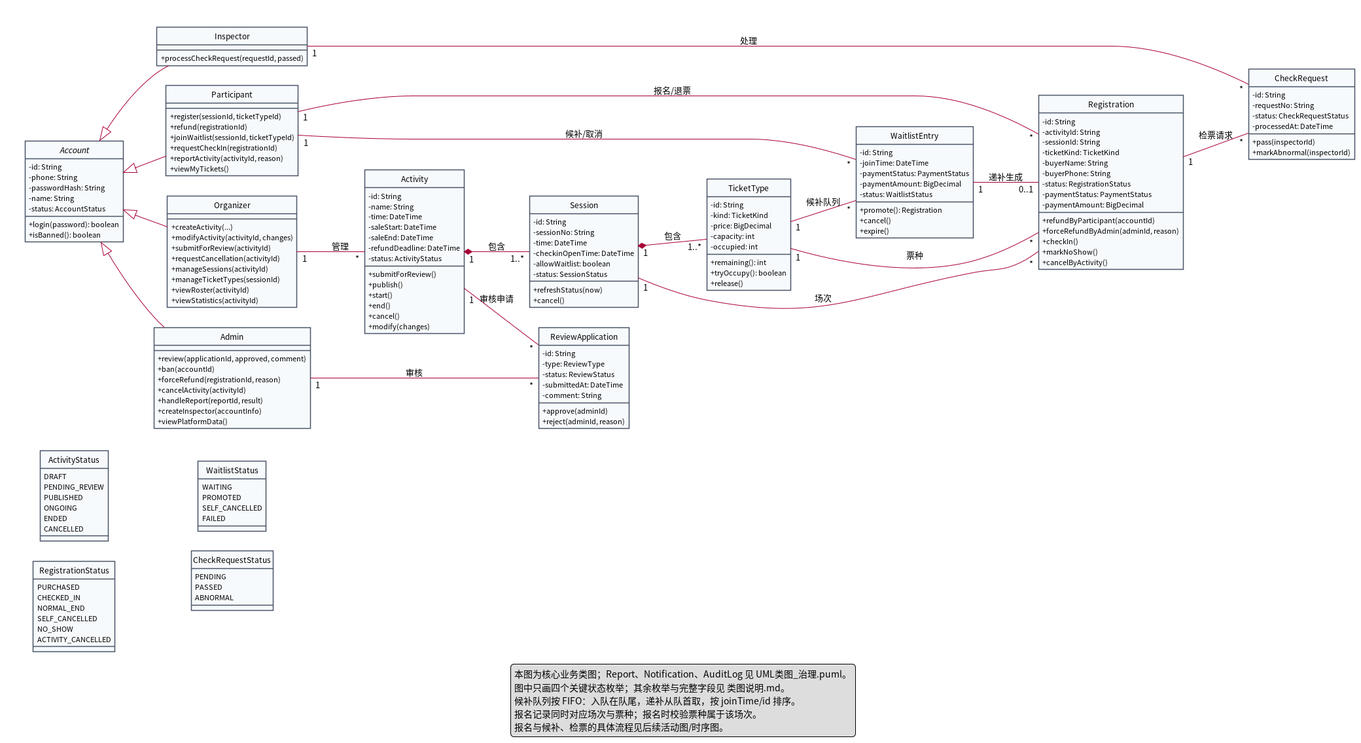
Above: lab2/UML/UML类图.png in Lewis-44-China/se-lab1-requirements (PlantUML), before the change.
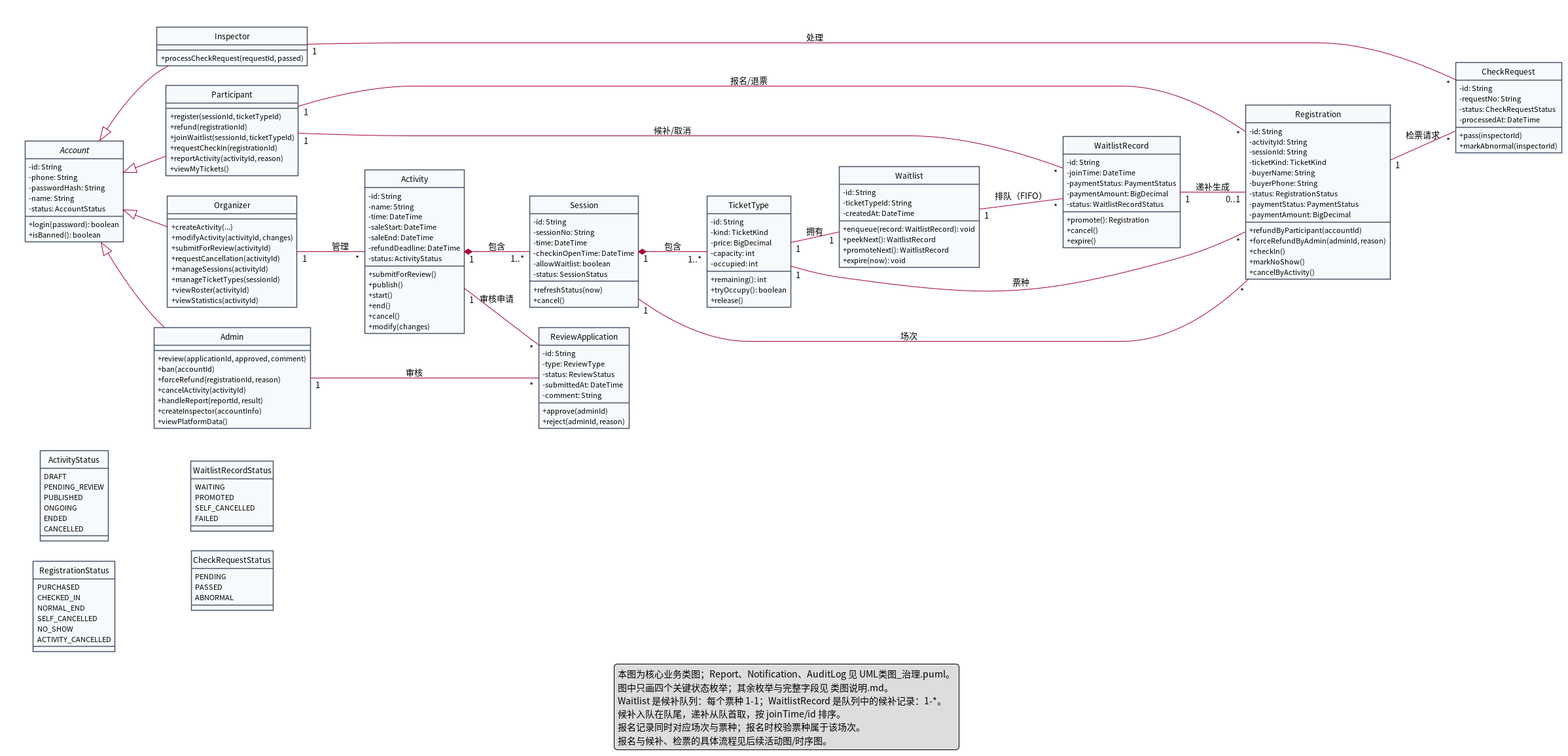
The same file after the commit.

Commit message:
lab2: 将候补队列建模为 Waitlist 1-1 票种

Diff of the diagram source:
```diff
@@ -104,12 +104,21 @@
   + markNoShow()
   + cancelByActivity()
 }
-class WaitlistEntry {
+class Waitlist {
+  - id: String
+  - ticketTypeId: String
+  - createdAt: DateTime
+  + enqueue(record: WaitlistRecord): void
+  + peekNext(): WaitlistRecord
+  + promoteNext(): WaitlistRecord
+  + expire(now): void
+}
+class WaitlistRecord {
   - id: String
   - joinTime: DateTime
   - paymentStatus: PaymentStatus
   - paymentAmount: BigDecimal
-  - status: WaitlistStatus
+  - status: WaitlistRecordStatus
   + promote(): Registration
   + cancel()
   + expire()
@@ -148,7 +157,7 @@
   NO_SHOW
   ACTIVITY_CANCELLED
 }
-enum WaitlistStatus {
+enum WaitlistRecordStatus {
   WAITING
   PROMOTED
   SELF_CANCELLED
@@ -174,16 +183,18 @@
 Participant "1" -- "*" Registration : 报名/退票
 Session "1" -- "*" Registration : 场次
 TicketType "1" -- "*" Registration : 票种
-Participant "1" -- "*" WaitlistEntry : 候补/取消
-TicketType "1" -- "*" WaitlistEntry : 候补队列
-WaitlistEntry "1" -- "0..1" Registration : 递补生成
+Participant "1" -- "*" WaitlistRecord : 候补/取消
+TicketType "1" -- "1" Waitlist : 拥有
+Waitlist "1" -- "*" WaitlistRecord : 排队（FIFO）
+WaitlistRecord "1" -- "0..1" Registration : 递补生成
 Registration "1" -- "*" CheckRequest : 检票请求
 Inspector "1" -- "*" CheckRequest : 处理
 
 legend bottom
   本图为核心业务类图；Report、Notification、AuditLog 见 UML类图_治理.puml。
   图中只画四个关键状态枚举；其余枚举与完整字段见 类图说明.md。
-  候补队列按 FIFO：入队在队尾，递补从队首取，按 joinTime/id 排序。
+  Waitlist 是候补队列：每个票种 1-1；WaitlistRecord 是队列中的候补记录：1-*。
+  候补入队在队尾，递补从队首取，按 joinTime/id 排序。
   报名记录同时对应场次与票种；报名时校验票种属于该场次。
   报名与候补、检票的具体流程见后续活动图/时序图。
 endlegend
```
